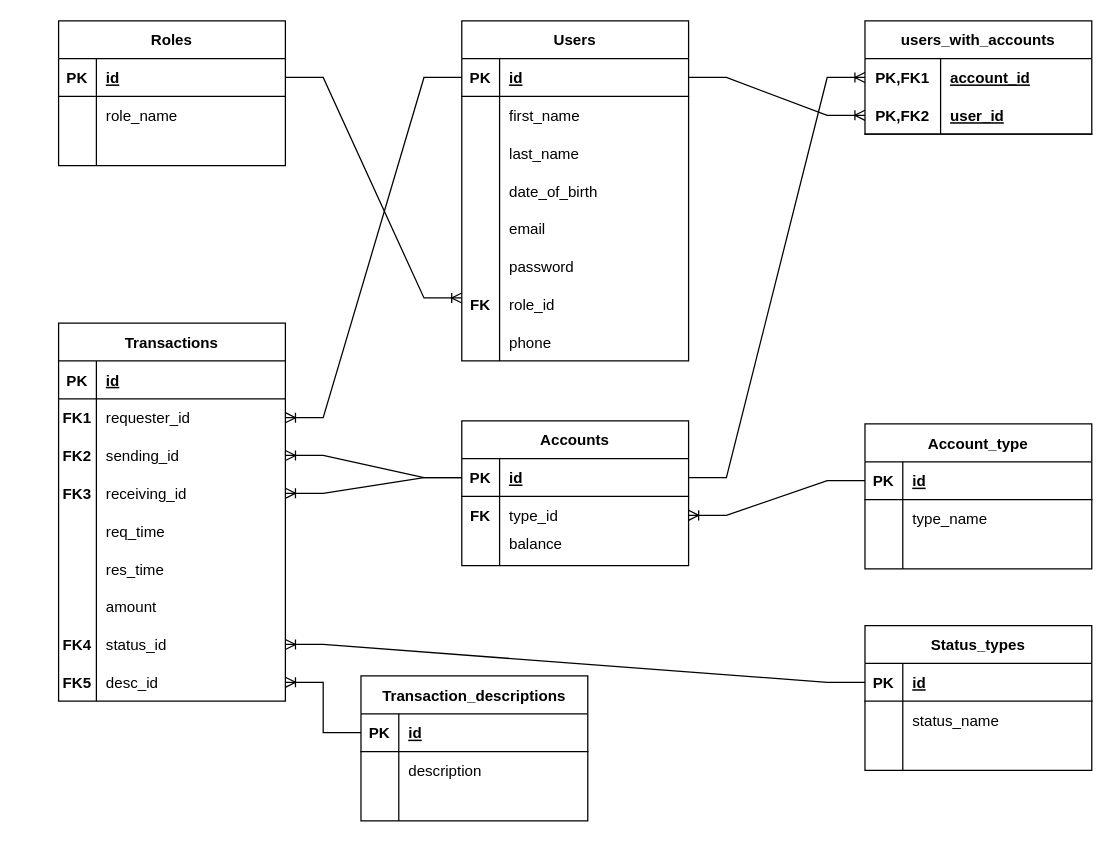
This is database/dbERD.drawio from lolmos486/documentation, a draw.io file, before an edit. Source tidied: cells renumbered, new cells numbered last; positions are measured from the earlier drawing's top-left corner, leaving out a move shared by most shapes. Both pictures are drawn from the tidied source at 126%, with x=0, y=0 at pixel (58, 20).
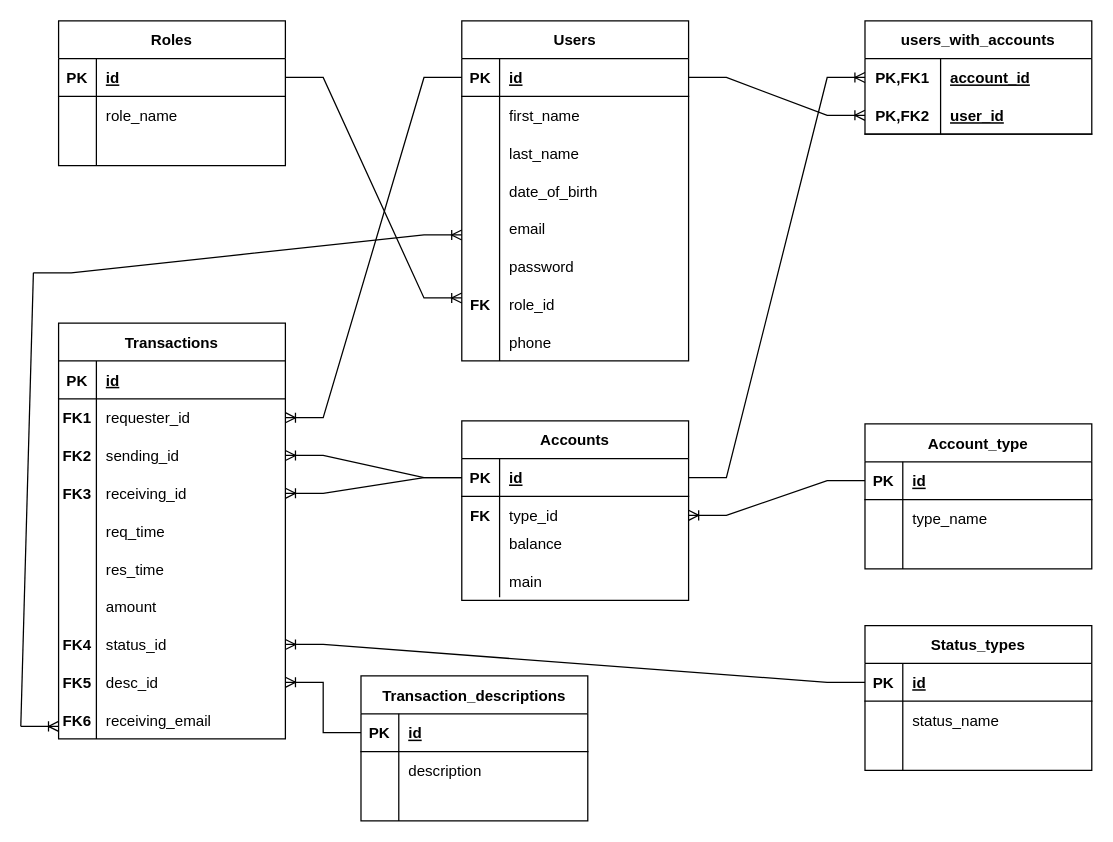
The same diagram, later.

Commit message (it also covers changes not shown here):
update ERD source file and jpeg export

What changed in the source:
```diff
@@
     <mxCell id="46" value="Accounts" style="shape=table;startSize=30;childLayout=tableLayout;rowLines=0;fontStyle=1;align=center;" parent="1" vertex="1">
-      <mxGeometry x="320" y="317.5" width="180" height="115" as="geometry" />
+      <mxGeometry x="320" y="317.5" width="180" height="142.5" as="geometry" />
     </mxCell>
@@
+    <mxCell id="130" style="shape=tableRow;horizontal=0;startSize=0;swimlaneHead=0;swimlaneBody=0;fillColor=none;top=0;left=0;right=0;bottom=0;" parent="46" vertex="1">
+      <mxGeometry y="115" width="180" height="25" as="geometry" />
+    </mxCell>
+    <mxCell id="131" style="shape=partialRectangle;fillColor=none;top=0;left=0;bottom=0;right=0;overflow=hidden;" parent="130" vertex="1">
+      <mxGeometry width="30" height="25" as="geometry" />
+    </mxCell>
+    <mxCell id="132" value="main" style="shape=partialRectangle;fillColor=none;top=0;left=0;bottom=0;right=0;align=left;spacingLeft=6;overflow=hidden;" parent="130" vertex="1">
+      <mxGeometry x="30" width="150" height="25" as="geometry" />
+    </mxCell>
@@
     <mxCell id="77" value="Transactions" style="shape=table;startSize=30;childLayout=tableLayout;rowLines=0;fontStyle=1;align=center;" parent="1" vertex="1">
-      <mxGeometry y="240" width="180" height="300" as="geometry" />
+      <mxGeometry y="240" width="180" height="330" as="geometry" />
     </mxCell>
@@
+    <mxCell id="133" style="shape=tableRow;horizontal=0;startSize=0;swimlaneHead=0;swimlaneBody=0;fillColor=none;top=0;left=0;right=0;bottom=0;" parent="77" vertex="1">
+      <mxGeometry y="300" width="180" height="30" as="geometry" />
+    </mxCell>
+    <mxCell id="134" value="FK6" style="shape=partialRectangle;fillColor=none;top=0;left=0;bottom=0;right=0;overflow=hidden;fontStyle=1;" parent="133" vertex="1">
+      <mxGeometry width="30" height="30" as="geometry" />
+    </mxCell>
+    <mxCell id="135" value="receiving_email" style="shape=partialRectangle;fillColor=none;top=0;left=0;bottom=0;right=0;align=left;spacingLeft=6;overflow=hidden;" parent="133" vertex="1">
+      <mxGeometry x="30" width="150" height="30" as="geometry" />
+    </mxCell>
@@
+    <mxCell id="136" style="edgeStyle=entityRelationEdgeStyle;fontSize=12;html=1;endArrow=ERoneToMany;rounded=0;" parent="1" edge="1">
+      <mxGeometry relative="1" as="geometry">
+        <mxPoint x="-20" y="200" as="sourcePoint" />
+        <mxPoint x="320" y="170" as="targetPoint" />
+      </mxGeometry>
+    </mxCell>
+    <mxCell id="137" style="endArrow=none;html=1;rounded=0;" parent="1" edge="1">
+      <mxGeometry relative="1" as="geometry">
+        <mxPoint x="-30" y="560" as="sourcePoint" />
+        <mxPoint x="-20" y="200" as="targetPoint" />
+      </mxGeometry>
+    </mxCell>
+    <mxCell id="138" style="edgeStyle=entityRelationEdgeStyle;fontSize=12;html=1;endArrow=ERoneToMany;rounded=0;" parent="1" edge="1">
+      <mxGeometry relative="1" as="geometry">
+        <mxPoint x="-30" y="560" as="sourcePoint" />
+        <mxPoint y="560" as="targetPoint" />
+      </mxGeometry>
+    </mxCell>
```
